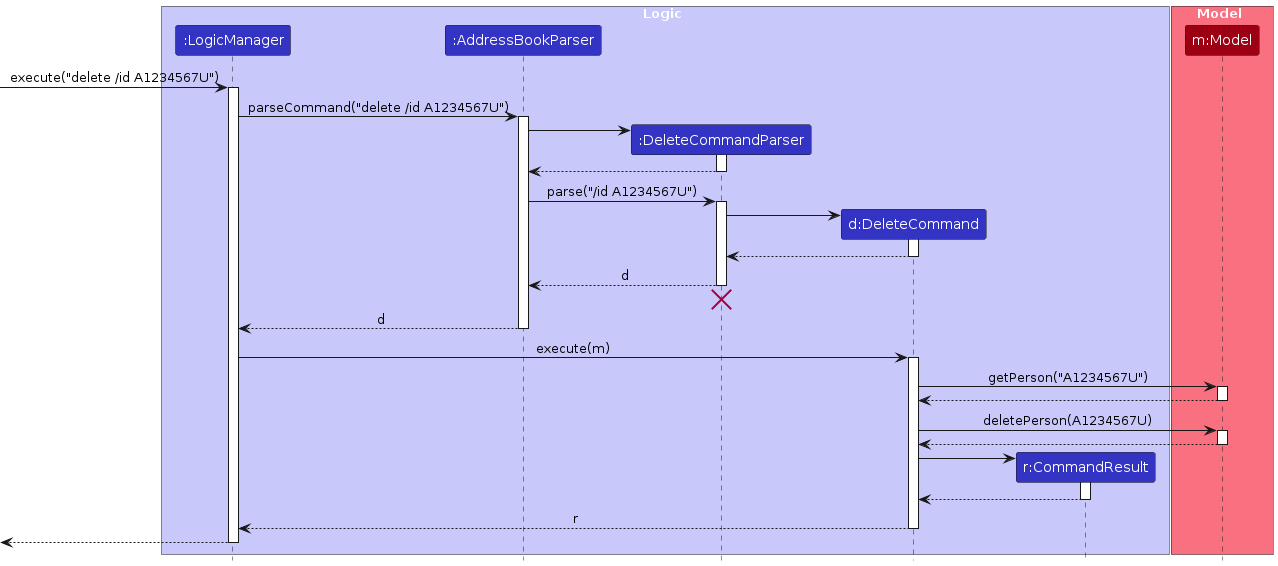
Above: diagrams/DeleteSequenceDiagram.png in AY2425S2-CS2103T-T10-3/tp (PlantUML), before the change. Its source is kept beside it as diagrams/DeleteSequenceDiagram.puml.
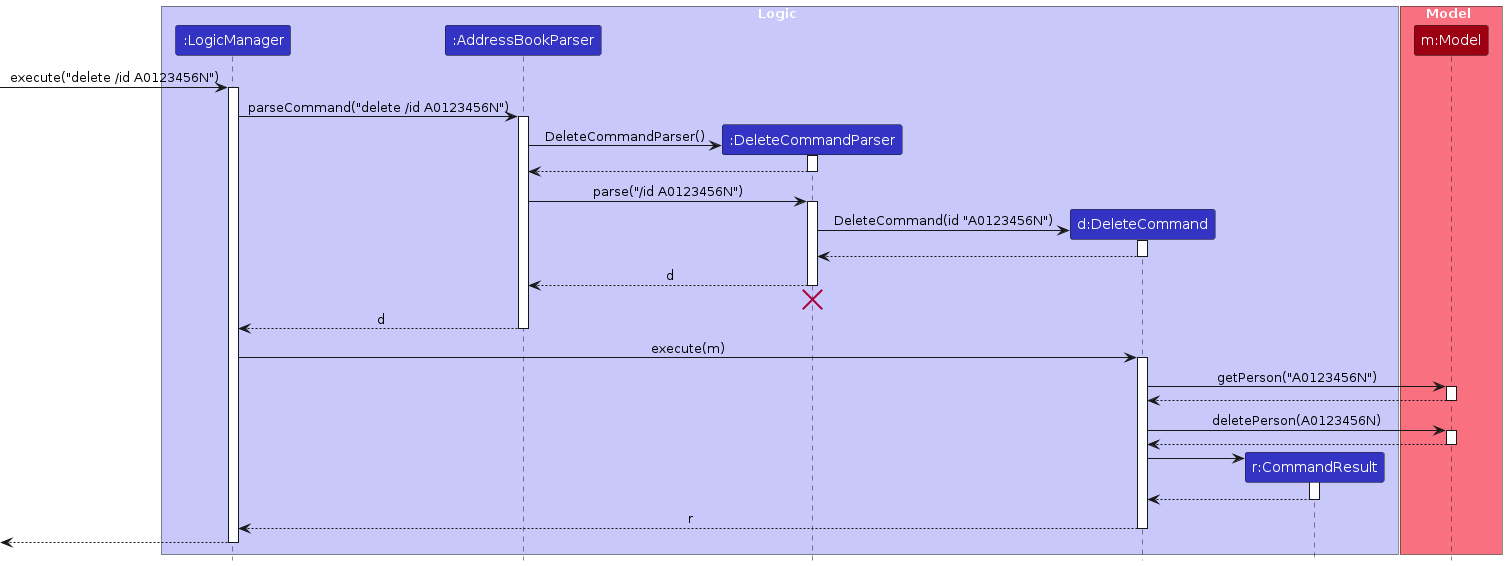
Later version of the same file.

Diff of the diagram source:
```diff
@@ -14,24 +14,24 @@
 participant "m:Model" as Model MODEL_COLOR
 end box
 
-[-> LogicManager : execute("delete /id A1234567U")
+[-> LogicManager : execute("delete /id A0123456N")
 activate LogicManager
 
-LogicManager -> AddressBookParser : parseCommand("delete /id A1234567U")
+LogicManager -> AddressBookParser : parseCommand("delete /id A0123456N")
 activate AddressBookParser
 
 create DeleteCommandParser
-AddressBookParser -> DeleteCommandParser
+AddressBookParser -> DeleteCommandParser : DeleteCommandParser()
 activate DeleteCommandParser
 
 DeleteCommandParser --> AddressBookParser
 deactivate DeleteCommandParser
 
-AddressBookParser -> DeleteCommandParser : parse("/id A1234567U")
+AddressBookParser -> DeleteCommandParser : parse("/id A0123456N")
 activate DeleteCommandParser
 
 create DeleteCommand
-DeleteCommandParser -> DeleteCommand
+DeleteCommandParser -> DeleteCommand : DeleteCommand(id "A0123456N")
 activate DeleteCommand
 
 DeleteCommand --> DeleteCommandParser :
@@ -48,13 +48,13 @@
 LogicManager -> DeleteCommand : execute(m)
 activate DeleteCommand
 
-DeleteCommand -> Model : getPerson("A1234567U")
+DeleteCommand -> Model : getPerson("A0123456N")
 activate Model
 
 Model --> DeleteCommand
 deactivate Model
 
-DeleteCommand -> Model : deletePerson(A1234567U)
+DeleteCommand -> Model : deletePerson(A0123456N)
 activate Model
 
 Model --> DeleteCommand
```
